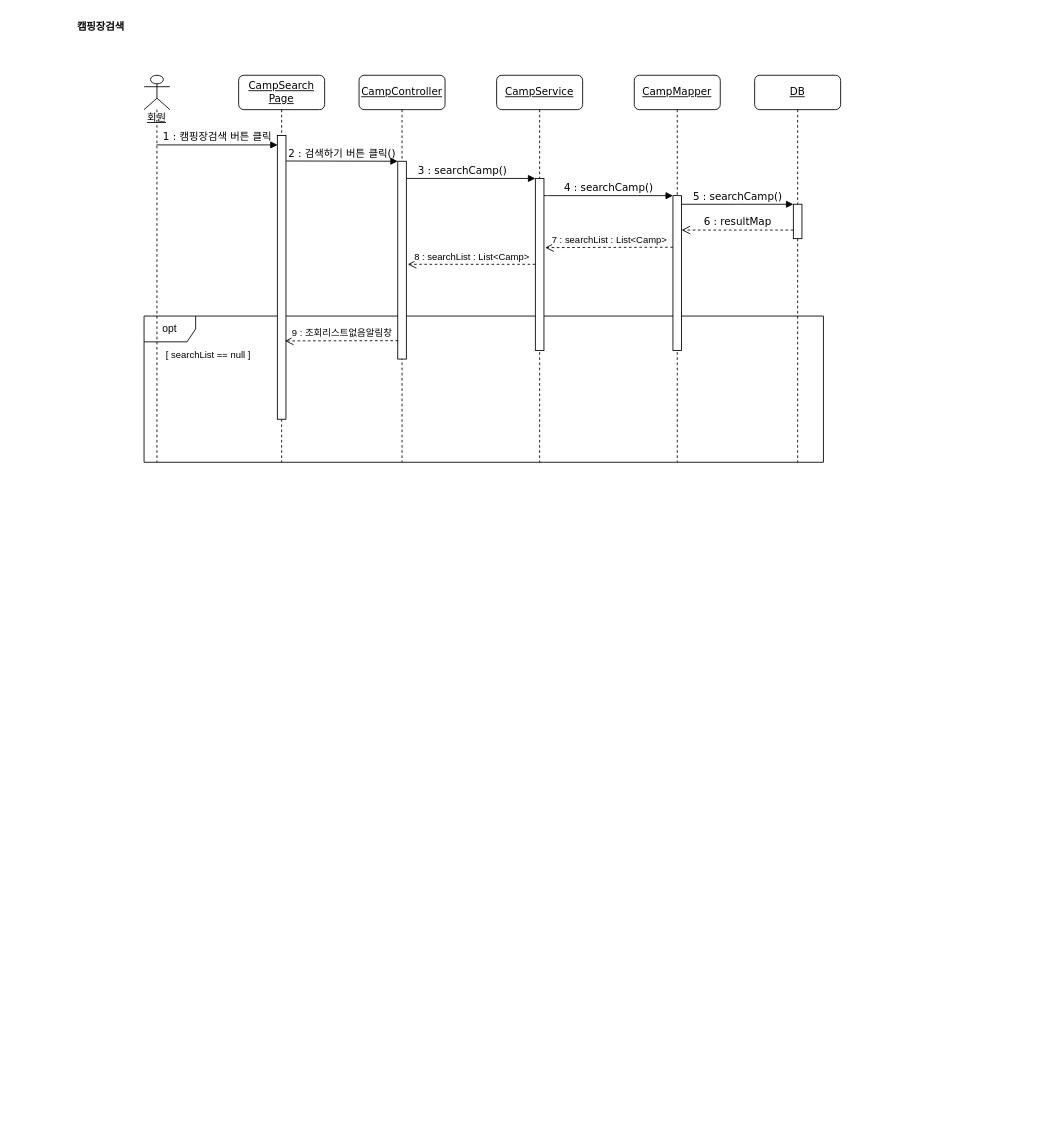
The draw.io diagram UML/minju_sequence.drawio in boming09/FinalProject, before the edit. Source tidied: cells renumbered, new cells numbered last; positions are measured from the earlier drawing's top-left corner, leaving out a move shared by most shapes. Both pictures are drawn from the tidied source at 86%, with x=0, y=0 at pixel (66, 15).
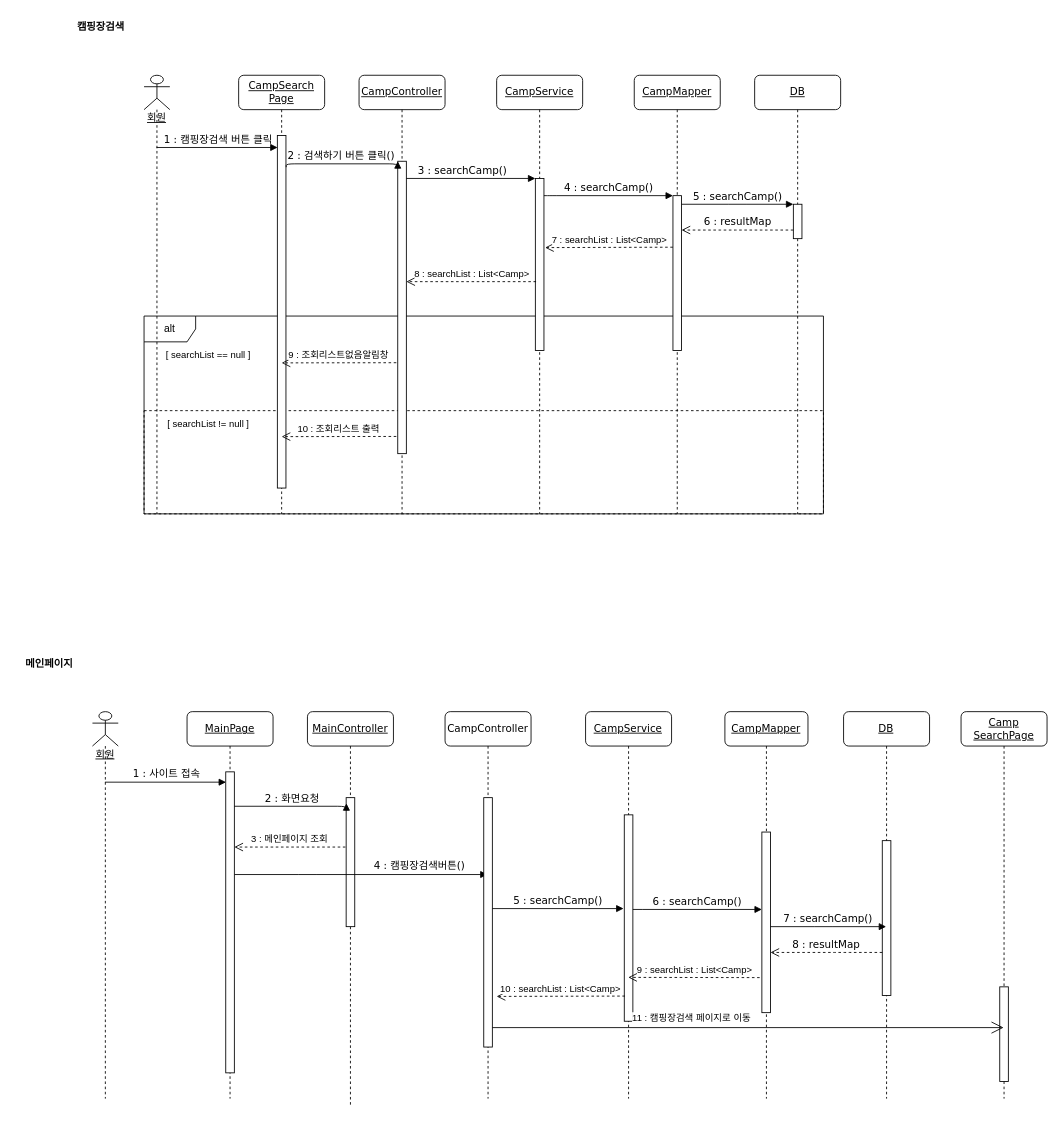
After the change.

Unchanged cells that the change refers to:
```xml
<mxCell id="6" style="html=1;points=[];perimeter=orthogonalPerimeter;rounded=0;shadow=0;comic=0;labelBackgroundColor=none;strokeWidth=1;fontFamily=Verdana;fontSize=12;align=center;" parent="5" vertex="1">
  <mxGeometry x="45" y="120" width="10" height="200" as="geometry" />
</mxCell>
```

The edit, as a diff of the source:
```diff
@@
+    <mxCell id="25" style="html=1;dashed=1;fillColor=none;" parent="1" vertex="1">
+      <mxGeometry x="90" y="460" width="790" height="120" as="geometry" />
+    </mxCell>
-    <mxCell id="2" value="opt" style="shape=umlFrame;whiteSpace=wrap;html=1;" parent="1" vertex="1">
-      <mxGeometry x="90" y="350" width="790" height="170" as="geometry" />
+    <mxCell id="2" value="alt" style="shape=umlFrame;whiteSpace=wrap;html=1;" parent="1" vertex="1">
+      <mxGeometry x="90" y="350" width="790" height="230" as="geometry" />
     </mxCell>
     <mxCell id="3" value="&lt;u&gt;CampController&lt;/u&gt;" style="shape=umlLifeline;perimeter=lifelinePerimeter;whiteSpace=wrap;html=1;rounded=1;shadow=0;comic=0;labelBackgroundColor=none;strokeWidth=1;fontFamily=Verdana;fontSize=12;align=center;" parent="1" vertex="1">
-      <mxGeometry x="340" y="70" width="100" height="450" as="geometry" />
+      <mxGeometry x="340" y="70" width="100" height="510" as="geometry" />
     </mxCell>
     <mxCell id="4" style="html=1;points=[];perimeter=orthogonalPerimeter;rounded=0;shadow=0;comic=0;labelBackgroundColor=none;strokeWidth=1;fontFamily=Verdana;fontSize=12;align=center;" parent="3" vertex="1">
-      <mxGeometry x="45" y="100" width="10" height="230" as="geometry" />
+      <mxGeometry x="45" y="100" width="10" height="340" as="geometry" />
     </mxCell>
     <mxCell id="5" value="&lt;u&gt;CampService&lt;/u&gt;" style="shape=umlLifeline;perimeter=lifelinePerimeter;whiteSpace=wrap;html=1;rounded=1;shadow=0;comic=0;labelBackgroundColor=none;strokeWidth=1;fontFamily=Verdana;fontSize=12;align=center;" parent="1" vertex="1">
-      <mxGeometry x="500" y="70" width="100" height="450" as="geometry" />
+      <mxGeometry x="500" y="70" width="100" height="510" as="geometry" />
     </mxCell>
@@
     <mxCell id="7" value="&lt;u&gt;CampMapper&lt;/u&gt;" style="shape=umlLifeline;perimeter=lifelinePerimeter;whiteSpace=wrap;html=1;rounded=1;shadow=0;comic=0;labelBackgroundColor=none;strokeWidth=1;fontFamily=Verdana;fontSize=12;align=center;" parent="1" vertex="1">
-      <mxGeometry x="660" y="70" width="100" height="450" as="geometry" />
+      <mxGeometry x="660" y="70" width="100" height="510" as="geometry" />
     </mxCell>
     <mxCell id="8" value="&lt;u&gt;DB&lt;/u&gt;" style="shape=umlLifeline;perimeter=lifelinePerimeter;whiteSpace=wrap;html=1;rounded=1;shadow=0;comic=0;labelBackgroundColor=none;strokeWidth=1;fontFamily=Verdana;fontSize=12;align=center;" parent="1" vertex="1">
-      <mxGeometry x="800" y="70" width="100" height="450" as="geometry" />
+      <mxGeometry x="800" y="70" width="100" height="510" as="geometry" />
     </mxCell>
     <mxCell id="9" value="&lt;u&gt;CampSearch&lt;br&gt;Page&lt;/u&gt;" style="shape=umlLifeline;perimeter=lifelinePerimeter;whiteSpace=wrap;html=1;rounded=1;shadow=0;comic=0;labelBackgroundColor=none;strokeWidth=1;fontFamily=Verdana;fontSize=12;align=center;" parent="1" vertex="1">
-      <mxGeometry x="200" y="70" width="100" height="450" as="geometry" />
+      <mxGeometry x="200" y="70" width="100" height="510" as="geometry" />
     </mxCell>
     <mxCell id="10" style="html=1;points=[];perimeter=orthogonalPerimeter;rounded=0;shadow=0;comic=0;labelBackgroundColor=none;strokeWidth=1;fontFamily=Verdana;fontSize=12;align=center;" parent="9" vertex="1">
-      <mxGeometry x="45" y="70" width="10" height="330" as="geometry" />
+      <mxGeometry x="45" y="70" width="10" height="410" as="geometry" />
     </mxCell>
@@
-    <mxCell id="19" value="8 : searchList : List&amp;lt;Camp&amp;gt;" style="html=1;verticalAlign=bottom;endArrow=open;dashed=1;endSize=8;rounded=0;entryX=1.16;entryY=0.521;entryDx=0;entryDy=0;entryPerimeter=0;" parent="1" edge="1" source="6" target="4">
+    <mxCell id="19" value="8 : searchList : List&amp;lt;Camp&amp;gt;" style="html=1;verticalAlign=bottom;endArrow=open;dashed=1;endSize=8;rounded=0;exitX=0.083;exitY=0.6;exitDx=0;exitDy=0;exitPerimeter=0;" parent="1" edge="1" source="6" target="4">
       <mxGeometry relative="1" as="geometry" />
     </mxCell>
     <mxCell id="20" value="&lt;u&gt;회원&lt;/u&gt;" style="shape=umlLifeline;participant=umlActor;perimeter=lifelinePerimeter;whiteSpace=wrap;html=1;verticalAlign=top;spacingTop=36;outlineConnect=0;" parent="1" vertex="1">
-      <mxGeometry x="90" y="70" width="30" height="450" as="geometry" />
+      <mxGeometry x="90" y="70" width="30" height="510" as="geometry" />
     </mxCell>
@@
-    <mxCell id="22" value="9 : 조회리스트없음알림창" style="html=1;verticalAlign=bottom;endArrow=open;dashed=1;endSize=8;rounded=0;entryX=0.88;entryY=0.724;entryDx=0;entryDy=0;entryPerimeter=0;exitX=0.051;exitY=0.907;exitDx=0;exitDy=0;exitPerimeter=0;" parent="1" edge="1" source="4" target="10">
+    <mxCell id="22" value="9 : 조회리스트없음알림창" style="html=1;verticalAlign=bottom;endArrow=open;dashed=1;endSize=8;rounded=0;entryX=0.5;entryY=0.645;entryDx=0;entryDy=0;entryPerimeter=0;exitX=-0.167;exitY=0.689;exitDx=0;exitDy=0;exitPerimeter=0;" parent="1" edge="1" source="4" target="10">
       <mxGeometry relative="1" as="geometry" />
     </mxCell>
@@
+    <mxCell id="26" value="&lt;u&gt;MainController&lt;/u&gt;" style="shape=umlLifeline;perimeter=lifelinePerimeter;whiteSpace=wrap;html=1;rounded=1;shadow=0;comic=0;labelBackgroundColor=none;strokeWidth=1;fontFamily=Verdana;fontSize=12;align=center;" parent="1" vertex="1">
+      <mxGeometry x="280" y="810" width="100" height="460" as="geometry" />
+    </mxCell>
+    <mxCell id="27" style="html=1;points=[];perimeter=orthogonalPerimeter;rounded=0;shadow=0;comic=0;labelBackgroundColor=none;strokeWidth=1;fontFamily=Verdana;fontSize=12;align=center;" parent="26" vertex="1">
+      <mxGeometry x="45" y="100" width="10" height="150" as="geometry" />
+    </mxCell>
+    <mxCell id="28" value="4 : 캠핑장검색버튼()" style="html=1;verticalAlign=bottom;endArrow=block;labelBackgroundColor=none;fontFamily=Verdana;fontSize=12;edgeStyle=elbowEdgeStyle;elbow=vertical;" parent="26" edge="1" target="29">
+      <mxGeometry x="0.46" relative="1" as="geometry">
+        <mxPoint x="-85" y="189.4" as="sourcePoint" />
+        <Array as="points">
+          <mxPoint y="189.4" />
+          <mxPoint y="179.4" />
+        </Array>
+      </mxGeometry>
+    </mxCell>
+    <mxCell id="29" value="CampController" style="shape=umlLifeline;perimeter=lifelinePerimeter;whiteSpace=wrap;html=1;outlineConnect=0;rounded=1;shadow=0;comic=0;labelBackgroundColor=none;strokeWidth=1;fontFamily=Verdana;fontSize=12;align=center;" parent="1" vertex="1">
+      <mxGeometry x="440" y="810" width="100" height="450" as="geometry" />
+    </mxCell>
+    <mxCell id="30" style="html=1;points=[];perimeter=orthogonalPerimeter;rounded=0;shadow=0;comic=0;labelBackgroundColor=none;strokeWidth=1;fontFamily=Verdana;fontSize=12;align=center;" parent="29" vertex="1">
+      <mxGeometry x="45" y="100" width="10" height="290" as="geometry" />
+    </mxCell>
+    <mxCell id="31" value="&lt;u&gt;MainPage&lt;/u&gt;" style="shape=umlLifeline;perimeter=lifelinePerimeter;whiteSpace=wrap;html=1;rounded=1;shadow=0;comic=0;labelBackgroundColor=none;strokeWidth=1;fontFamily=Verdana;fontSize=12;align=center;" parent="1" vertex="1">
+      <mxGeometry x="140" y="810" width="100" height="450" as="geometry" />
+    </mxCell>
+    <mxCell id="32" style="html=1;points=[];perimeter=orthogonalPerimeter;rounded=0;shadow=0;comic=0;labelBackgroundColor=none;strokeWidth=1;fontFamily=Verdana;fontSize=12;align=center;" parent="31" vertex="1">
+      <mxGeometry x="45" y="70" width="10" height="350" as="geometry" />
+    </mxCell>
+    <mxCell id="33" value="2 : 화면요청" style="html=1;verticalAlign=bottom;endArrow=block;labelBackgroundColor=none;fontFamily=Verdana;fontSize=12;edgeStyle=elbowEdgeStyle;elbow=vertical;entryX=0.028;entryY=0.044;entryDx=0;entryDy=0;entryPerimeter=0;" parent="1" edge="1" target="27">
+      <mxGeometry relative="1" as="geometry">
+        <mxPoint x="195" y="920" as="sourcePoint" />
+        <Array as="points">
+          <mxPoint x="280" y="920" />
+          <mxPoint x="280" y="910" />
+        </Array>
+      </mxGeometry>
+    </mxCell>
+    <mxCell id="34" value="&lt;u&gt;회원&lt;/u&gt;" style="shape=umlLifeline;participant=umlActor;perimeter=lifelinePerimeter;whiteSpace=wrap;html=1;verticalAlign=top;spacingTop=36;outlineConnect=0;" parent="1" vertex="1">
+      <mxGeometry x="30" y="810" width="30" height="450" as="geometry" />
+    </mxCell>
+    <mxCell id="35" value="1 : 사이트 접속" style="html=1;verticalAlign=bottom;endArrow=block;labelBackgroundColor=none;fontFamily=Verdana;fontSize=12;edgeStyle=elbowEdgeStyle;elbow=vertical;entryX=0.033;entryY=0.033;entryDx=0;entryDy=0;entryPerimeter=0;" parent="1" edge="1" source="34" target="32">
+      <mxGeometry relative="1" as="geometry" />
+    </mxCell>
+    <mxCell id="36" value="메인페이지" style="text;align=center;fontStyle=1;verticalAlign=middle;spacingLeft=3;spacingRight=3;strokeColor=none;dashed=1;" parent="1" vertex="1">
+      <mxGeometry x="-60" y="740" width="80" height="26" as="geometry" />
+    </mxCell>
+    <mxCell id="37" value="3 : 메인페이지 조회" style="html=1;verticalAlign=bottom;endArrow=open;dashed=1;endSize=8;rounded=0;exitX=-0.083;exitY=0.383;exitDx=0;exitDy=0;exitPerimeter=0;" parent="1" edge="1" source="27" target="32">
+      <mxGeometry relative="1" as="geometry" />
+    </mxCell>
+    <mxCell id="38" value="&lt;u&gt;CampService&lt;/u&gt;" style="shape=umlLifeline;perimeter=lifelinePerimeter;whiteSpace=wrap;html=1;rounded=1;shadow=0;comic=0;labelBackgroundColor=none;strokeWidth=1;fontFamily=Verdana;fontSize=12;align=center;" parent="1" vertex="1">
+      <mxGeometry x="603.4" y="810" width="100" height="450" as="geometry" />
+    </mxCell>
+    <mxCell id="39" style="html=1;points=[];perimeter=orthogonalPerimeter;rounded=0;shadow=0;comic=0;labelBackgroundColor=none;strokeWidth=1;fontFamily=Verdana;fontSize=12;align=center;" parent="38" vertex="1">
+      <mxGeometry x="45" y="120" width="10" height="240" as="geometry" />
+    </mxCell>
+    <mxCell id="40" value="&lt;u&gt;CampMapper&lt;/u&gt;" style="shape=umlLifeline;perimeter=lifelinePerimeter;whiteSpace=wrap;html=1;rounded=1;shadow=0;comic=0;labelBackgroundColor=none;strokeWidth=1;fontFamily=Verdana;fontSize=12;align=center;" parent="1" vertex="1">
+      <mxGeometry x="765.4" y="810" width="96.6" height="450" as="geometry" />
+    </mxCell>
+    <mxCell id="41" value="&lt;u&gt;DB&lt;/u&gt;" style="shape=umlLifeline;perimeter=lifelinePerimeter;whiteSpace=wrap;html=1;outlineConnect=0;rounded=1;shadow=0;comic=0;labelBackgroundColor=none;strokeWidth=1;fontFamily=Verdana;fontSize=12;align=center;" parent="1" vertex="1">
+      <mxGeometry x="903.4" y="810" width="100" height="450" as="geometry" />
+    </mxCell>
+    <mxCell id="42" style="html=1;points=[];perimeter=orthogonalPerimeter;rounded=0;shadow=0;comic=0;labelBackgroundColor=none;strokeWidth=1;fontFamily=Verdana;fontSize=12;align=center;" parent="1" vertex="1">
+      <mxGeometry x="808.4" y="950" width="10" height="210" as="geometry" />
+    </mxCell>
+    <mxCell id="43" value="6 : searchCamp()" style="html=1;verticalAlign=bottom;endArrow=block;labelBackgroundColor=none;fontFamily=Verdana;fontSize=12;edgeStyle=elbowEdgeStyle;elbow=vertical;" parent="1" edge="1" source="39" target="42">
+      <mxGeometry relative="1" as="geometry">
+        <Array as="points">
+          <mxPoint x="680" y="1040" />
+          <mxPoint x="740" y="1050" />
+          <mxPoint x="663.4" y="950" />
+        </Array>
+      </mxGeometry>
+    </mxCell>
+    <mxCell id="44" style="html=1;points=[];perimeter=orthogonalPerimeter;rounded=0;shadow=0;comic=0;labelBackgroundColor=none;strokeWidth=1;fontFamily=Verdana;fontSize=12;align=center;" parent="1" vertex="1">
+      <mxGeometry x="948.4" y="960" width="10" height="180" as="geometry" />
+    </mxCell>
+    <mxCell id="45" value="7 : searchCamp()" style="html=1;verticalAlign=bottom;endArrow=block;labelBackgroundColor=none;fontFamily=Verdana;fontSize=12;edgeStyle=elbowEdgeStyle;elbow=vertical;" parent="1" edge="1" source="42" target="41">
+      <mxGeometry relative="1" as="geometry">
+        <Array as="points">
+          <mxPoint x="880" y="1060" />
+        </Array>
+      </mxGeometry>
+    </mxCell>
+    <mxCell id="46" value="8 : resultMap" style="html=1;verticalAlign=bottom;endArrow=open;dashed=1;endSize=8;labelBackgroundColor=none;fontFamily=Verdana;fontSize=12;edgeStyle=elbowEdgeStyle;elbow=vertical;" parent="1" edge="1" source="44" target="42">
+      <mxGeometry relative="1" as="geometry">
+        <Array as="points">
+          <mxPoint x="900" y="1090" />
+          <mxPoint x="910" y="1160" />
+          <mxPoint x="873.4" y="990" />
+          <mxPoint x="903.4" y="990" />
+        </Array>
+      </mxGeometry>
+    </mxCell>
+    <mxCell id="47" value="9 : searchList : List&amp;lt;Camp&amp;gt;" style="html=1;verticalAlign=bottom;endArrow=open;dashed=1;endSize=8;rounded=0;exitX=-0.257;exitY=0.806;exitDx=0;exitDy=0;exitPerimeter=0;" parent="1" edge="1" source="42">
+      <mxGeometry relative="1" as="geometry">
+        <mxPoint x="653" y="1119" as="targetPoint" />
+      </mxGeometry>
+    </mxCell>
+    <mxCell id="48" value="10 : searchList : List&amp;lt;Camp&amp;gt;" style="html=1;verticalAlign=bottom;endArrow=open;dashed=1;endSize=8;rounded=0;exitX=0.077;exitY=0.878;exitDx=0;exitDy=0;exitPerimeter=0;entryX=1.5;entryY=0.797;entryDx=0;entryDy=0;entryPerimeter=0;" parent="1" edge="1" source="39" target="30">
+      <mxGeometry relative="1" as="geometry" />
+    </mxCell>
+    <mxCell id="49" value="5 : searchCamp()" style="html=1;verticalAlign=bottom;endArrow=block;entryX=-0.083;entryY=0.455;labelBackgroundColor=none;fontFamily=Verdana;fontSize=12;edgeStyle=elbowEdgeStyle;elbow=vertical;entryDx=0;entryDy=0;entryPerimeter=0;" parent="1" edge="1" source="30" target="39">
+      <mxGeometry relative="1" as="geometry" />
+    </mxCell>
+    <mxCell id="50" value="&lt;u&gt;Camp&lt;br&gt;SearchPage&lt;/u&gt;" style="shape=umlLifeline;perimeter=lifelinePerimeter;whiteSpace=wrap;html=1;outlineConnect=0;rounded=1;shadow=0;comic=0;labelBackgroundColor=none;strokeWidth=1;fontFamily=Verdana;fontSize=12;align=center;" parent="1" vertex="1">
+      <mxGeometry x="1040" y="810" width="100" height="450" as="geometry" />
+    </mxCell>
+    <mxCell id="51" style="html=1;perimeter=orthogonalPerimeter;rounded=0;shadow=0;comic=0;labelBackgroundColor=none;strokeWidth=1;fontFamily=Verdana;fontSize=12;align=center;" parent="1" vertex="1">
+      <mxGeometry x="1085" y="1130" width="10" height="110" as="geometry" />
+    </mxCell>
+    <mxCell id="52" style="endArrow=open;endFill=1;endSize=12;html=1;rounded=0;exitX=1;exitY=0.922;exitDx=0;exitDy=0;exitPerimeter=0;" parent="1" edge="1" source="30" target="50">
+      <mxGeometry relative="1" as="geometry" />
+    </mxCell>
+    <mxCell id="53" value="&lt;span style=&quot;color: rgb(0 , 0 , 0) ; font-family: &amp;#34;helvetica&amp;#34; ; font-size: 11px ; font-style: normal ; font-weight: 400 ; letter-spacing: normal ; text-align: center ; text-indent: 0px ; text-transform: none ; word-spacing: 0px ; background-color: rgb(255 , 255 , 255) ; display: inline ; float: none&quot;&gt;11 : 캠핑장검색 페이지로 이동&lt;/span&gt;" style="text;whiteSpace=wrap;html=1;" parent="1" vertex="1">
+      <mxGeometry x="656" y="1152" width="170" height="30" as="geometry" />
+    </mxCell>
+    <mxCell id="54" value="10 : 조회리스트 출력" style="html=1;verticalAlign=bottom;endArrow=open;dashed=1;endSize=8;rounded=0;entryX=0.5;entryY=0.645;entryDx=0;entryDy=0;entryPerimeter=0;exitX=-0.167;exitY=0.689;exitDx=0;exitDy=0;exitPerimeter=0;" parent="1" edge="1">
+      <mxGeometry relative="1" as="geometry">
+        <mxPoint x="383.3" y="490" as="sourcePoint" />
+        <mxPoint x="250" y="490.2" as="targetPoint" />
+      </mxGeometry>
+    </mxCell>
+    <mxCell id="55" value="&lt;span style=&quot;color: rgb(0 , 0 , 0) ; font-family: &amp;#34;helvetica&amp;#34; ; font-size: 11px ; font-style: normal ; font-weight: 400 ; letter-spacing: normal ; text-align: center ; text-indent: 0px ; text-transform: none ; word-spacing: 0px ; background-color: rgb(255 , 255 , 255) ; display: inline ; float: none&quot;&gt;[ searchList != null ]&lt;/span&gt;" style="text;html=1;strokeColor=none;fillColor=none;align=center;verticalAlign=middle;whiteSpace=wrap;rounded=0;dashed=1;" parent="1" vertex="1">
+      <mxGeometry x="90" y="470" width="150" height="10" as="geometry" />
+    </mxCell>
```
